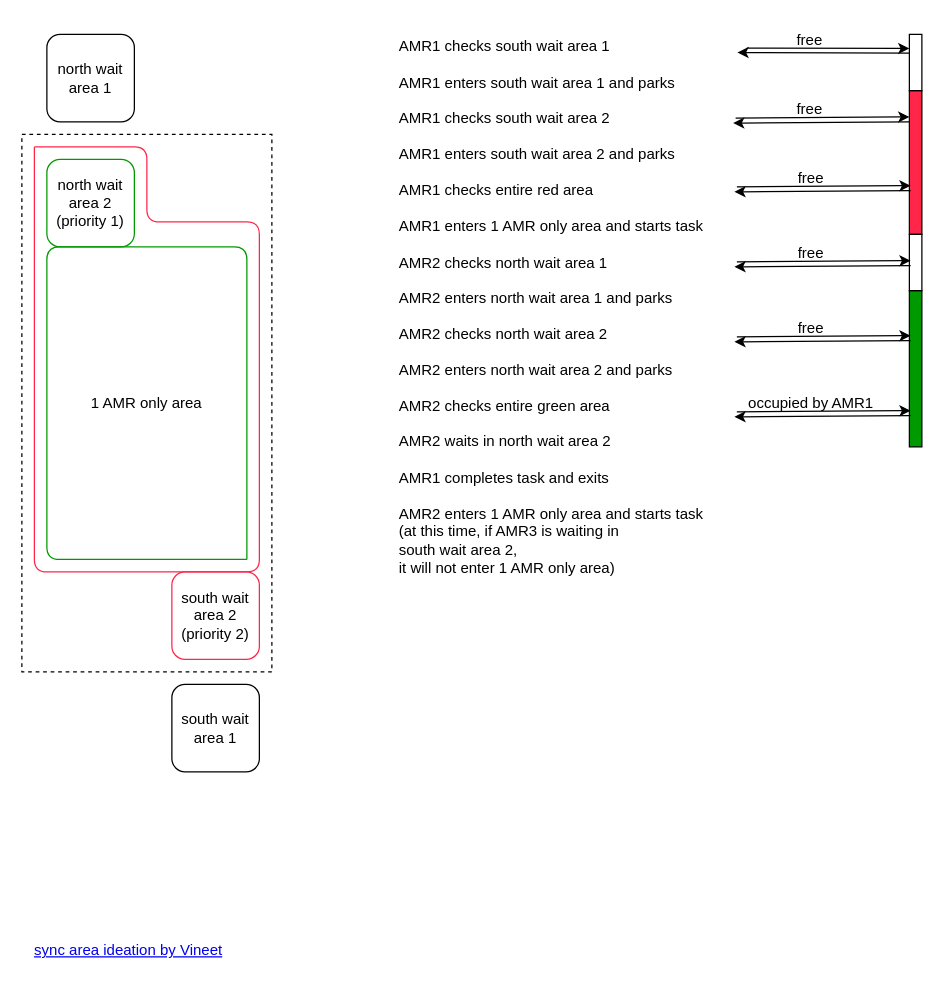
The draw.io diagram virtual_occupancy.drawio in sdswoops824/myrepo, before the edit. Source tidied: cells renumbered, new cells numbered last; positions are measured from the earlier drawing's top-left corner, leaving out a move shared by most shapes. Both pictures are drawn from the tidied source at 125%, with x=0, y=0 at pixel (21, 21).
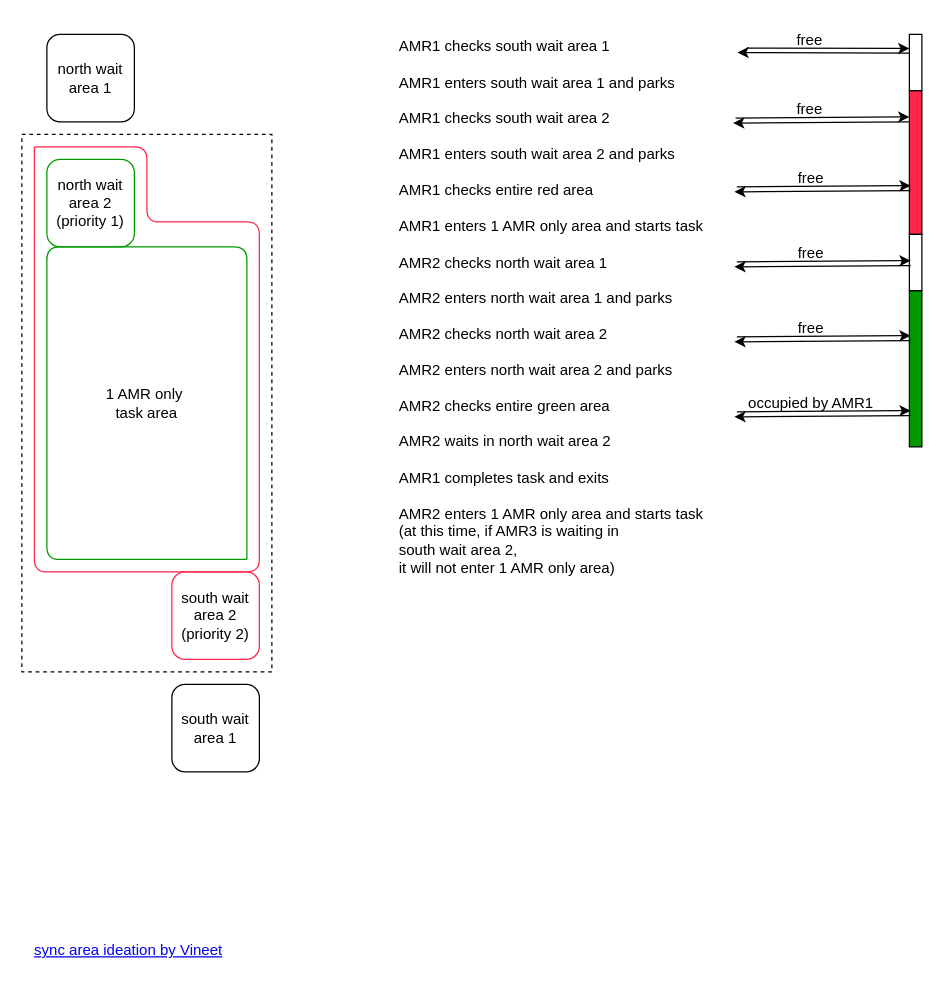
The same page after the edit.

Diff of the diagram source:
```diff
@@
-    <mxCell id="2" value="1 AMR only area" style="rounded=0;whiteSpace=wrap;html=1;dashed=1;fillColor=none;" parent="1" vertex="1">
+    <mxCell id="2" value="1 AMR only&amp;nbsp;&lt;div&gt;task area&lt;/div&gt;" style="rounded=0;whiteSpace=wrap;html=1;dashed=1;fillColor=none;" parent="1" vertex="1">
       <mxGeometry y="90" width="200" height="430" as="geometry" />
     </mxCell>
```
